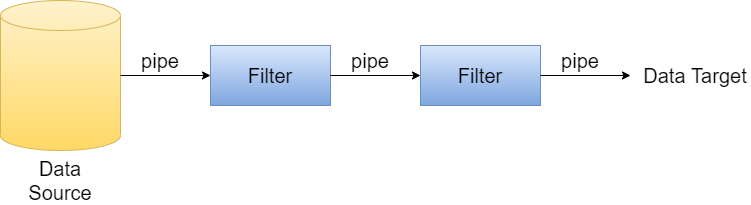
smitbmx/Architecture-Diagrams keeps this draw.io diagram as Architectural styles/Dataflow systems/PIpeAndFiltersDiagram.png. Above is the earlier version. Source tidied: cells renumbered, new cells last; positions are measured from the earlier drawing's top-left corner, leaving out a move shared by most shapes.
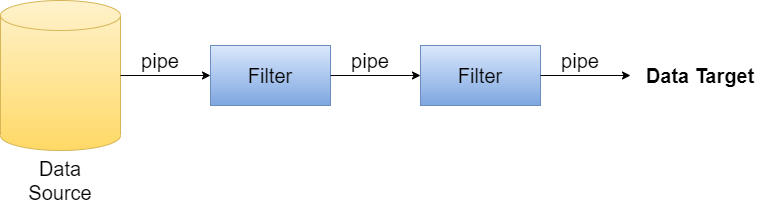
After the change.

Change to the diagram source:
```diff
@@ -38,8 +38,8 @@
     <mxCell id="11" value="pipe" style="text;html=1;strokeColor=none;fillColor=none;align=center;verticalAlign=middle;whiteSpace=wrap;rounded=0;fontSize=20;" parent="1" vertex="1">
       <mxGeometry x="550" y="45" width="60" height="30" as="geometry" />
     </mxCell>
-    <mxCell id="12" value="Data Target" style="text;html=1;strokeColor=none;fillColor=none;align=center;verticalAlign=middle;whiteSpace=wrap;rounded=0;fontSize=20;" parent="1" vertex="1">
-      <mxGeometry x="640" y="60" width="110" height="30" as="geometry" />
+    <mxCell id="12" value="Data Target" style="text;html=1;strokeColor=none;fillColor=none;align=center;verticalAlign=middle;whiteSpace=wrap;rounded=0;fontSize=20;fontStyle=1;" parent="1" vertex="1">
+      <mxGeometry x="640" y="60" width="120" height="30" as="geometry" />
     </mxCell>
   </root>
 </mxGraphModel>
```
